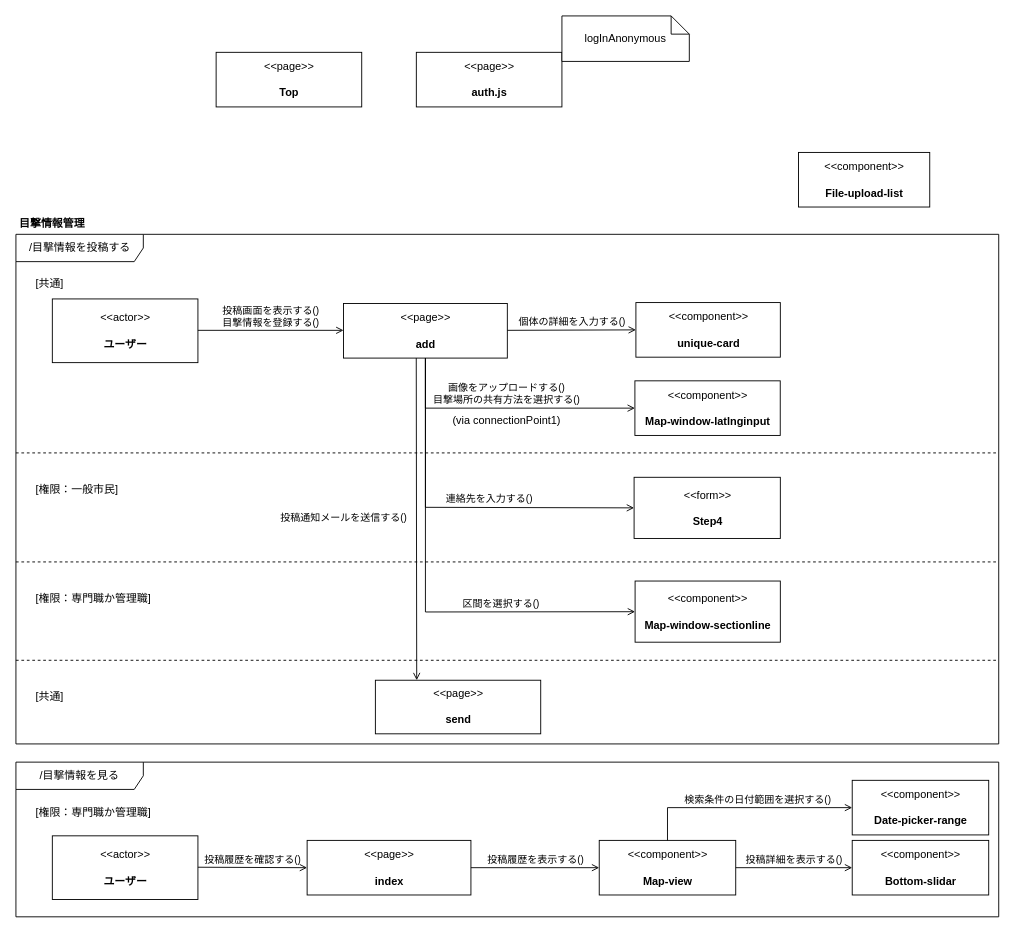
The draw.io diagram page "コンポーネントとアクション" (4 of 6) of Iriomote.drawio in kaoru387/draw.io, before the edit. Source tidied: cells renumbered, new cells numbered last; positions are measured from the earlier drawing's top-left corner, leaving out a move shared by most shapes. Both pictures are drawn from the tidied source at 91%, with x=0, y=0 at pixel (15, 15).
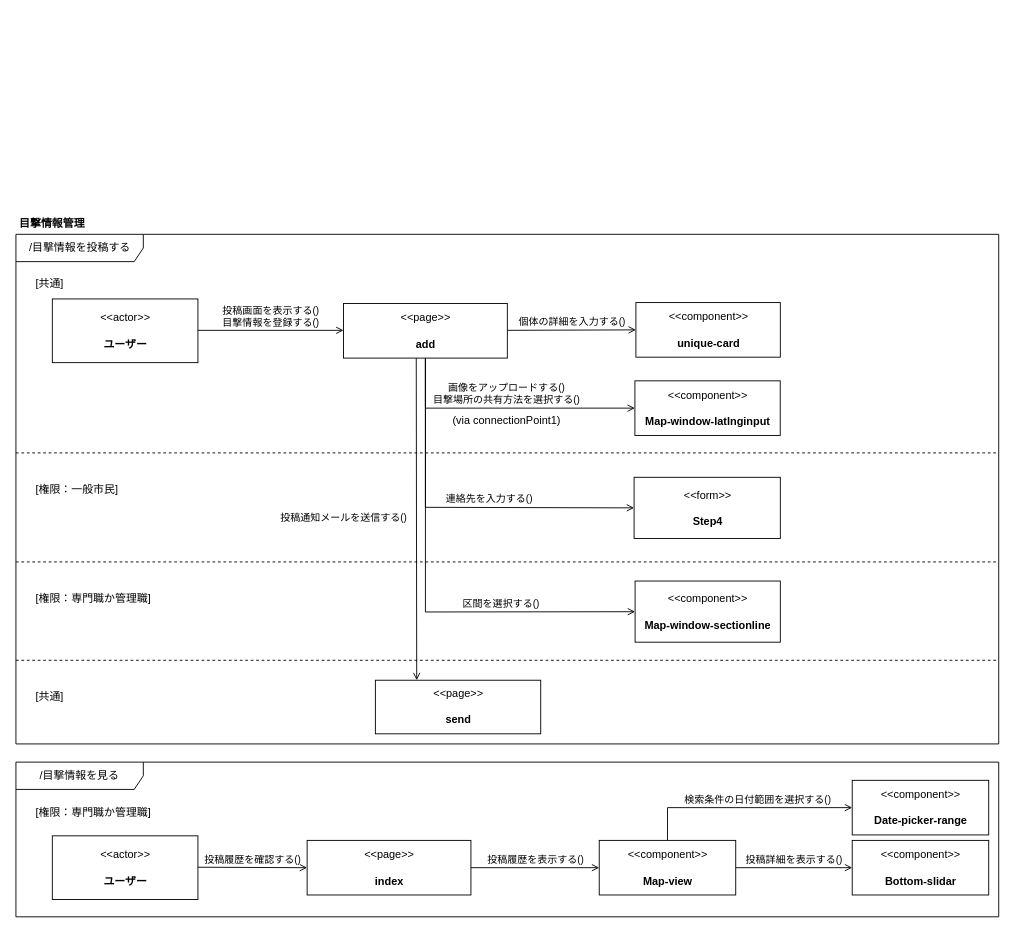
The same diagram, later.

The edit, as a diff of the source:
```diff
@@
-    <mxCell id="34" value="&amp;lt;&amp;lt;component&amp;gt;&amp;gt;&lt;br&gt;&lt;br&gt;&lt;b&gt;File-upload-list&lt;/b&gt;&lt;b&gt;&lt;br&gt;&lt;/b&gt;" style="text;html=1;align=center;verticalAlign=middle;dashed=0;fillColor=#ffffff;strokeColor=#000000;" parent="1" vertex="1">
-      <mxGeometry x="860" y="150" width="144.2" height="60" as="geometry" />
-    </mxCell>
-    <mxCell id="35" value="&amp;lt;&amp;lt;page&amp;gt;&amp;gt;&lt;br&gt;&lt;br&gt;&lt;b&gt;auth.js&lt;/b&gt;" style="text;html=1;align=center;verticalAlign=middle;dashed=0;fillColor=#ffffff;strokeColor=#000000;" parent="1" vertex="1">
-      <mxGeometry x="440" y="40" width="160" height="60" as="geometry" />
-    </mxCell>
-    <mxCell id="36" value="&amp;lt;&amp;lt;page&amp;gt;&amp;gt;&lt;br&gt;&lt;br&gt;&lt;b&gt;Top&lt;/b&gt;" style="text;html=1;align=center;verticalAlign=middle;dashed=0;fillColor=#ffffff;strokeColor=#000000;" parent="1" vertex="1">
-      <mxGeometry x="220" y="40" width="160" height="60" as="geometry" />
-    </mxCell>
-    <mxCell id="37" value="logInAnonymous" style="shape=note;size=20;whiteSpace=wrap;html=1;" parent="1" vertex="1">
-      <mxGeometry x="600" width="140" height="50" as="geometry" />
-    </mxCell>
```
